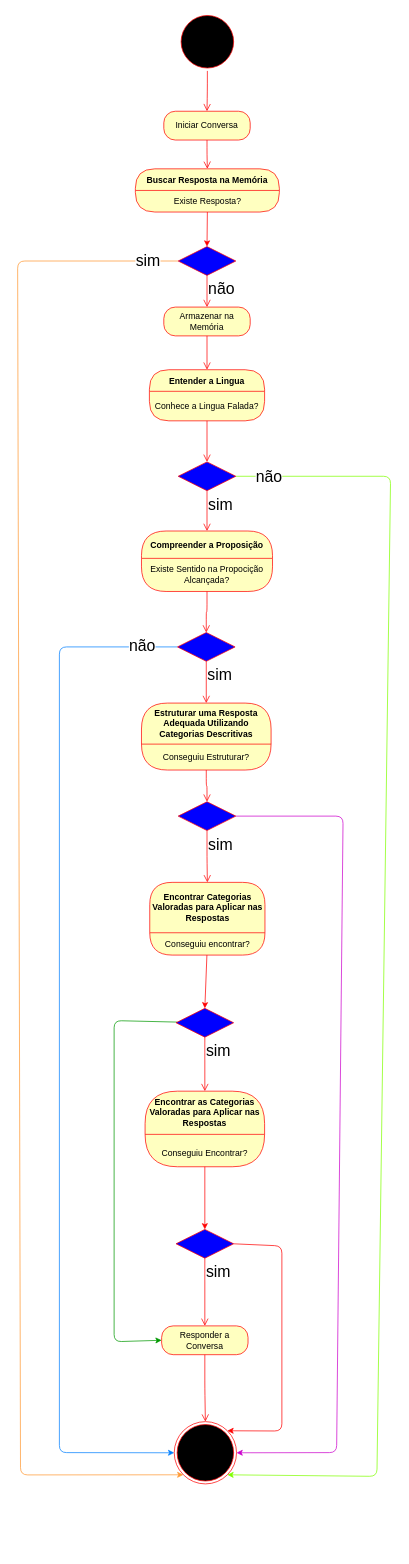
Above: docs/diagrama_de_fluxo_aurora.drawio in marvinho-tn/aurora (draw.io), before the change. Source tidied: cells renumbered, new cells numbered last; positions are measured from the earlier drawing's top-left corner, leaving out a move shared by most shapes. Both pictures are drawn from the tidied source at 72%, with x=0, y=0 at pixel (17, 12).
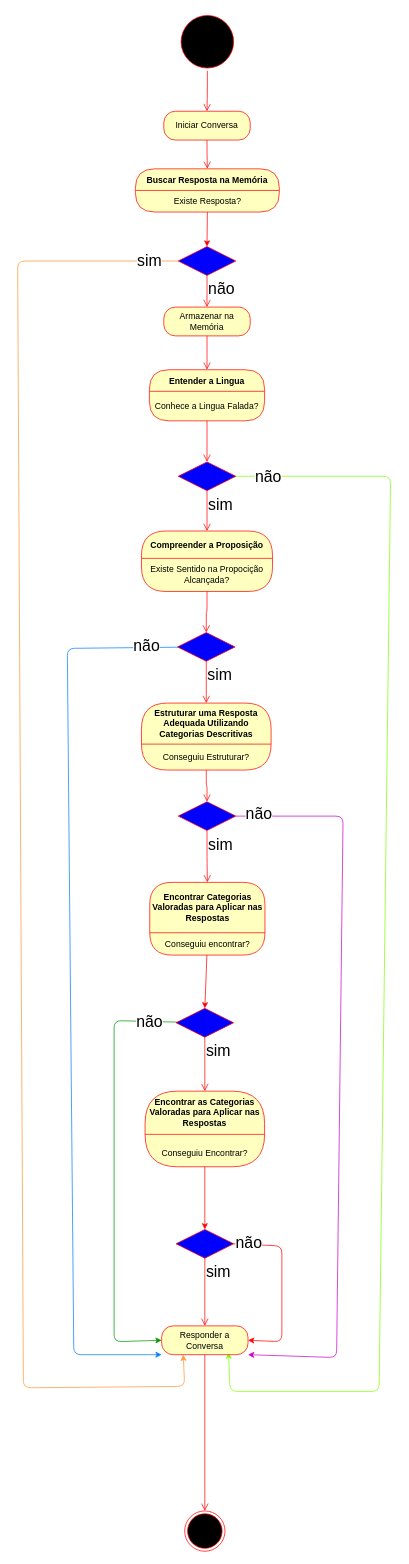
The same diagram, later.

The change refers to these unchanged cells:
```xml
<mxCell id="10" style="rhombus;whiteSpace=wrap;html=1;fillColor=#0000FF;strokeColor=#ff0000;" parent="1" vertex="1">
  <mxGeometry x="223" y="325" width="80" height="40" as="geometry" />
</mxCell>
<mxCell id="20" style="rhombus;whiteSpace=wrap;html=1;fillColor=#0000FF;strokeColor=#ff0000;" parent="1" vertex="1">
  <mxGeometry x="223" y="624" width="80" height="40" as="geometry" />
</mxCell>
<mxCell id="27" style="rhombus;whiteSpace=wrap;html=1;fillColor=#0000FF;strokeColor=#ff0000;" parent="1" vertex="1">
  <mxGeometry x="222" y="861" width="80" height="40" as="geometry" />
</mxCell>
<mxCell id="33" style="rhombus;whiteSpace=wrap;html=1;fillColor=#0000FF;strokeColor=#ff0000;" parent="1" vertex="1">
  <mxGeometry x="223" y="1096" width="80" height="40" as="geometry" />
</mxCell>
<mxCell id="35" value="Responder a Conversa" style="rounded=1;whiteSpace=wrap;html=1;arcSize=40;fontColor=#000000;fillColor=#ffffc0;strokeColor=#ff0000;" parent="1" vertex="1">
  <mxGeometry x="200" y="1824" width="120" height="40" as="geometry" />
</mxCell>
<mxCell id="40" style="edgeStyle=none;html=1;entryX=0;entryY=0.5;entryDx=0;entryDy=0;strokeColor=#009900;fontSize=22;" parent="1" edge="1" source="41" target="35">
  <mxGeometry relative="1" as="geometry">
    <Array as="points">
      <mxPoint x="134" y="1400" />
      <mxPoint x="134" y="1846" />
    </Array>
  </mxGeometry>
</mxCell>
<mxCell id="47" style="rhombus;whiteSpace=wrap;html=1;fillColor=#0000FF;strokeColor=#ff0000;" parent="1" vertex="1">
  <mxGeometry x="220" y="1690" width="80" height="40" as="geometry" />
</mxCell>
```

The edit, as a diff of the source:
```diff
@@
-    <mxCell id="8" style="edgeStyle=none;html=1;exitX=0;exitY=0.5;exitDx=0;exitDy=0;entryX=0;entryY=1;entryDx=0;entryDy=0;strokeColor=#FF9933;fontSize=22;" parent="1" edge="1" source="10" target="37">
+    <mxCell id="8" style="edgeStyle=none;html=1;exitX=0;exitY=0.5;exitDx=0;exitDy=0;entryX=0.25;entryY=1;entryDx=0;entryDy=0;strokeColor=#FF9933;fontSize=22;" parent="1" edge="1" source="10" target="35">
       <mxGeometry relative="1" as="geometry">
         <Array as="points">
           <mxPoint y="345" />
-          <mxPoint x="4" y="2031" />
+          <mxPoint x="8" y="1910" />
+          <mxPoint x="232" y="1908" />
         </Array>
       </mxGeometry>
     </mxCell>
@@
-    <mxCell id="18" style="edgeStyle=none;html=1;entryX=1;entryY=1;entryDx=0;entryDy=0;strokeColor=#80FF00;fontSize=22;" parent="1" edge="1" source="20" target="37">
+    <mxCell id="18" style="edgeStyle=none;html=1;strokeColor=#80FF00;fontSize=22;" parent="1" edge="1" source="20">
       <mxGeometry relative="1" as="geometry">
+        <mxPoint x="293" y="1861" as="targetPoint" />
         <Array as="points">
           <mxPoint x="518" y="644" />
-          <mxPoint x="499" y="2033" />
+          <mxPoint x="502" y="1915" />
+          <mxPoint x="295" y="1915" />
         </Array>
       </mxGeometry>
     </mxCell>
@@
-    <mxCell id="25" style="edgeStyle=none;html=1;strokeColor=#007FFF;fontSize=22;entryX=0;entryY=0.5;entryDx=0;entryDy=0;" parent="1" edge="1" source="27" target="37">
+    <mxCell id="25" style="edgeStyle=none;html=1;strokeColor=#007FFF;fontSize=22;entryX=0;entryY=1;entryDx=0;entryDy=0;" parent="1" edge="1" source="27" target="35">
       <mxGeometry relative="1" as="geometry">
         <Array as="points">
-          <mxPoint x="58" y="881" />
-          <mxPoint x="58" y="2000" />
+          <mxPoint x="69" y="883" />
+          <mxPoint x="78" y="1864" />
         </Array>
       </mxGeometry>
     </mxCell>
@@
-    <mxCell id="32" style="edgeStyle=none;html=1;entryX=1;entryY=0.5;entryDx=0;entryDy=0;strokeColor=#CC00CC;fontSize=22;" parent="1" edge="1" source="33" target="37">
+    <mxCell id="32" style="edgeStyle=none;html=1;entryX=1;entryY=1;entryDx=0;entryDy=0;strokeColor=#CC00CC;fontSize=22;" parent="1" edge="1" source="33" target="35">
       <mxGeometry relative="1" as="geometry">
         <Array as="points">
           <mxPoint x="452" y="1116" />
-          <mxPoint x="443" y="2000" />
+          <mxPoint x="443" y="1868" />
         </Array>
       </mxGeometry>
     </mxCell>
+    <mxCell id="50" value="não" style="edgeLabel;html=1;align=center;verticalAlign=middle;fontSize=22;" parent="32" vertex="1">
+      <mxGeometry x="-0.94" y="3" relative="1" as="geometry" />
+    </mxCell>
@@
     <mxCell id="37" style="ellipse;html=1;shape=endState;fillColor=#000000;strokeColor=#ff0000;" parent="1" vertex="1">
-      <mxGeometry x="217.5" y="1957" width="86.5" height="86.5" as="geometry" />
+      <mxGeometry x="232" y="2081" width="56" height="56" as="geometry" />
     </mxCell>
@@
+    <mxCell id="51" value="não" style="edgeLabel;html=1;align=center;verticalAlign=middle;fontSize=22;" parent="40" vertex="1">
+      <mxGeometry x="-0.87" y="1" relative="1" as="geometry" />
+    </mxCell>
@@
-    <mxCell id="46" style="edgeStyle=none;html=1;exitX=1;exitY=0.5;exitDx=0;exitDy=0;entryX=1;entryY=0;entryDx=0;entryDy=0;strokeColor=#FF0000;fontSize=22;" parent="1" edge="1" source="47" target="37">
+    <mxCell id="46" style="edgeStyle=none;html=1;exitX=1;exitY=0.5;exitDx=0;exitDy=0;entryX=1;entryY=0.5;entryDx=0;entryDy=0;strokeColor=#FF0000;fontSize=22;" parent="1" edge="1" source="47" target="35">
       <mxGeometry relative="1" as="geometry">
         <Array as="points">
           <mxPoint x="367" y="1713" />
-          <mxPoint x="367" y="1970" />
+          <mxPoint x="367" y="1846" />
         </Array>
       </mxGeometry>
     </mxCell>
+    <mxCell id="52" value="não" style="edgeLabel;html=1;align=center;verticalAlign=middle;fontSize=22;" parent="46" vertex="1">
+      <mxGeometry x="-0.84" y="1" relative="1" as="geometry" />
+    </mxCell>
```
